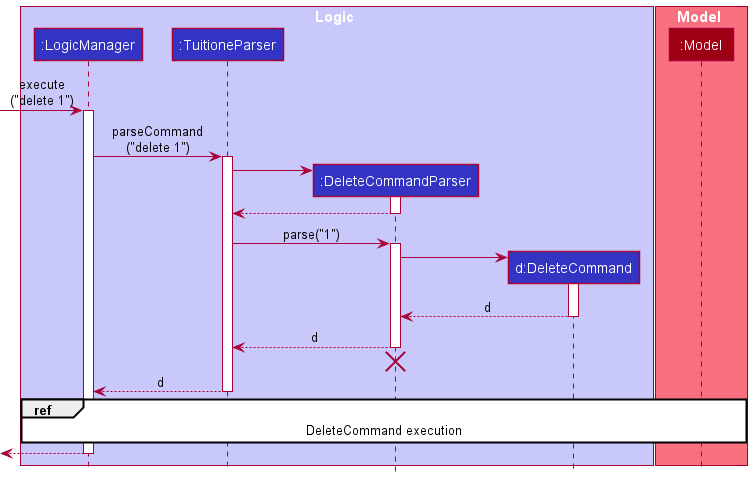
The PlantUML diagram docs/images/DeveloperGuideImage/DeleteSequenceDiagram0.png in nus-cs2103-AY2122S1/tp, before a commit. Source of this version:
```plantuml
@startuml
!include style.puml

box Logic LOGIC_COLOR_T1
participant ":LogicManager" as LogicManager LOGIC_COLOR
participant ":TuitioneParser" as TuitioneParser LOGIC_COLOR
participant ":DeleteCommandParser" as DeleteCommandParser LOGIC_COLOR
participant "d:DeleteCommand" as DeleteCommand LOGIC_COLOR
end box

box Model MODEL_COLOR_T1
participant ":Model" as Model MODEL_COLOR
end box

[-> LogicManager : execute\n("delete 1")
activate LogicManager

LogicManager -> TuitioneParser : parseCommand\n("delete 1")
activate TuitioneParser

create DeleteCommandParser
TuitioneParser -> DeleteCommandParser
activate DeleteCommandParser

DeleteCommandParser --> TuitioneParser
deactivate DeleteCommandParser

TuitioneParser -> DeleteCommandParser : parse("1")
activate DeleteCommandParser

create DeleteCommand
DeleteCommandParser -> DeleteCommand
activate DeleteCommand

DeleteCommand --> DeleteCommandParser : d
deactivate DeleteCommand

DeleteCommandParser --> TuitioneParser : d
deactivate DeleteCommandParser
DeleteCommandParser -[hidden]-> TuitioneParser
destroy DeleteCommandParser

TuitioneParser --> LogicManager : d
deactivate TuitioneParser

ref over LogicManager, Model : DeleteCommand execution

[<--LogicManager
deactivate LogicManager
@enduml
```
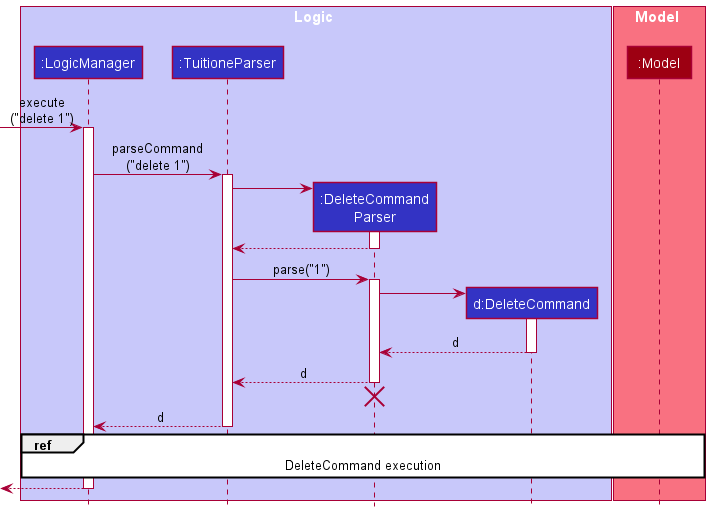
After the commit.

What changed in the source:
```diff
@@ -4,7 +4,7 @@
 box Logic LOGIC_COLOR_T1
 participant ":LogicManager" as LogicManager LOGIC_COLOR
 participant ":TuitioneParser" as TuitioneParser LOGIC_COLOR
-participant ":DeleteCommandParser" as DeleteCommandParser LOGIC_COLOR
+participant ":DeleteCommand\nParser" as DeleteCommandParser LOGIC_COLOR
 participant "d:DeleteCommand" as DeleteCommand LOGIC_COLOR
 end box
 
```
